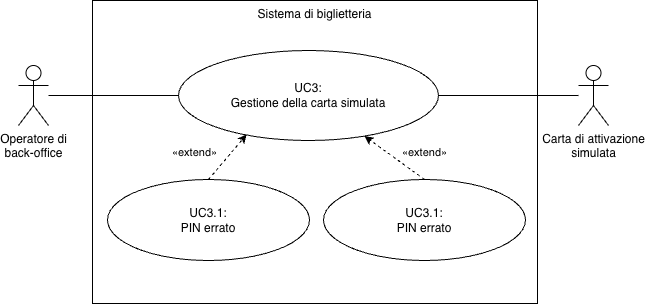
Above: img/diagrams/uc-3.png in Leddosja/thesis-EdisHodja (draw.io), before the change. Source tidied: cells renumbered, new cells last; positions are measured from the earlier drawing's top-left corner, leaving out a move shared by most shapes.
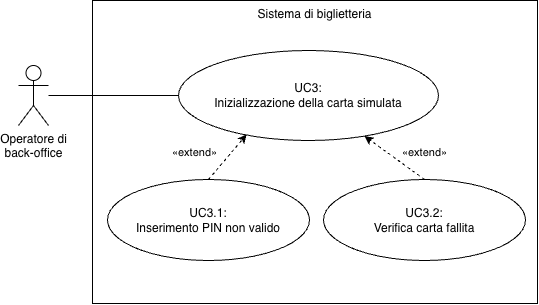
After the change.

What changed in the source:
```diff
@@ -5,7 +5,7 @@
     <mxCell id="2" value="Sistema di biglietteria" style="rounded=0;whiteSpace=wrap;html=1;fillColor=default;verticalAlign=top;" parent="1" vertex="1">
       <mxGeometry x="74" width="445" height="303" as="geometry" />
     </mxCell>
-    <mxCell id="3" value="UC3:&lt;br&gt;Gestione della carta simulata" style="ellipse;whiteSpace=wrap;html=1;rounded=0;strokeColor=default;align=center;verticalAlign=middle;fontFamily=Helvetica;fontSize=12;fontColor=default;fillColor=default;" parent="1" vertex="1">
+    <mxCell id="3" value="UC3:&lt;br&gt;Inizializzazione della carta simulata" style="ellipse;whiteSpace=wrap;html=1;rounded=0;strokeColor=default;align=center;verticalAlign=middle;fontFamily=Helvetica;fontSize=12;fontColor=default;fillColor=default;" parent="1" vertex="1">
       <mxGeometry x="160" y="50" width="260" height="90" as="geometry" />
     </mxCell>
     <mxCell id="4" style="edgeStyle=none;html=1;entryX=0;entryY=0.5;entryDx=0;entryDy=0;endArrow=none;endFill=0;" parent="1" edge="1" source="5" target="3">
@@ -14,18 +14,10 @@
     <mxCell id="5" value="Operatore di&lt;br&gt;back-office" style="shape=umlActor;verticalLabelPosition=bottom;verticalAlign=top;html=1;rounded=0;strokeColor=default;align=center;fontFamily=Helvetica;fontSize=12;fontColor=default;fillColor=default;" parent="1" vertex="1">
       <mxGeometry y="65" width="30" height="60" as="geometry" />
     </mxCell>
-    <mxCell id="6" style="edgeStyle=none;html=1;entryX=1;entryY=0.5;entryDx=0;entryDy=0;endArrow=none;endFill=0;verticalAlign=middle;" parent="1" edge="1" source="7">
-      <mxGeometry relative="1" as="geometry">
-        <mxPoint x="420" y="95" as="targetPoint" />
-      </mxGeometry>
-    </mxCell>
-    <mxCell id="7" value="Carta di attivazione&lt;br&gt;simulata" style="shape=umlActor;verticalLabelPosition=bottom;verticalAlign=top;html=1;rounded=0;strokeColor=default;align=center;fontFamily=Helvetica;fontSize=12;fontColor=default;fillColor=default;" parent="1" vertex="1">
-      <mxGeometry x="560" y="65" width="30" height="60" as="geometry" />
-    </mxCell>
-    <mxCell id="8" value="UC3.1:&lt;br&gt;PIN errato" style="ellipse;whiteSpace=wrap;html=1;rounded=0;strokeColor=default;align=center;verticalAlign=middle;fontFamily=Helvetica;fontSize=12;fontColor=default;fillColor=default;" parent="1" vertex="1">
+    <mxCell id="8" value="UC3.1:&lt;br&gt;Inserimento PIN non valido" style="ellipse;whiteSpace=wrap;html=1;rounded=0;strokeColor=default;align=center;verticalAlign=middle;fontFamily=Helvetica;fontSize=12;fontColor=default;fillColor=default;" parent="1" vertex="1">
       <mxGeometry x="89" y="179" width="202" height="81" as="geometry" />
     </mxCell>
-    <mxCell id="9" value="UC3.1:&lt;br&gt;PIN errato" style="ellipse;whiteSpace=wrap;html=1;rounded=0;strokeColor=default;align=center;verticalAlign=middle;fontFamily=Helvetica;fontSize=12;fontColor=default;fillColor=default;" parent="1" vertex="1">
+    <mxCell id="9" value="UC3.2:&lt;br&gt;Verifica carta fallita" style="ellipse;whiteSpace=wrap;html=1;rounded=0;strokeColor=default;align=center;verticalAlign=middle;fontFamily=Helvetica;fontSize=12;fontColor=default;fillColor=default;" parent="1" vertex="1">
       <mxGeometry x="305" y="179" width="202" height="81" as="geometry" />
     </mxCell>
     <mxCell id="10" style="edgeStyle=none;html=1;dashed=1;entryX=0.262;entryY=0.933;entryDx=0;entryDy=0;exitX=0.5;exitY=0;exitDx=0;exitDy=0;entryPerimeter=0;" parent="1" edge="1" source="8" target="3">
```
